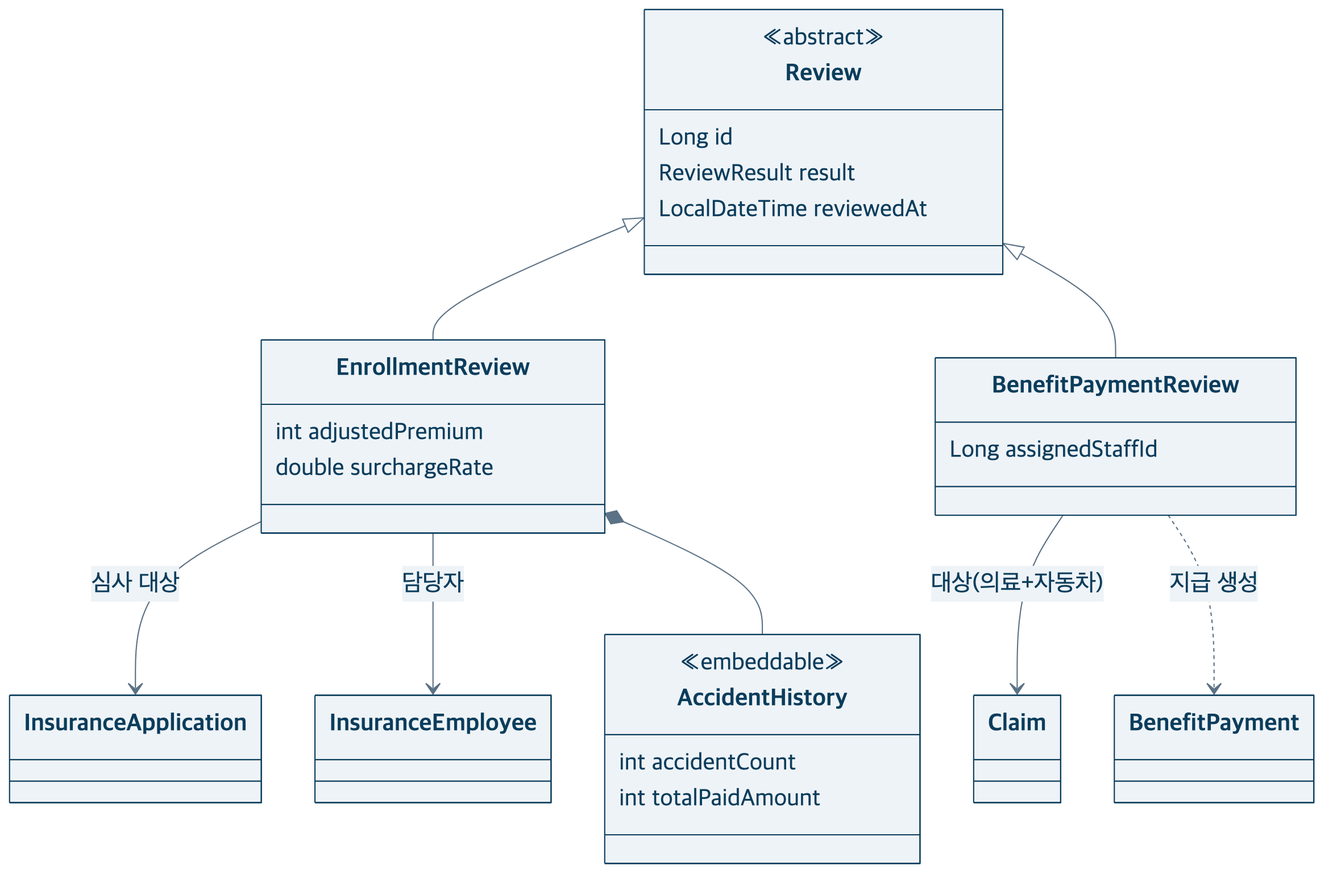
The Mermaid diagram docs/presentation/diagrams/clusters/review-code.png in heyoonyoon/distributed-programming, before a commit. Its source is kept beside it as docs/presentation/diagrams/clusters/review-code.mmd.
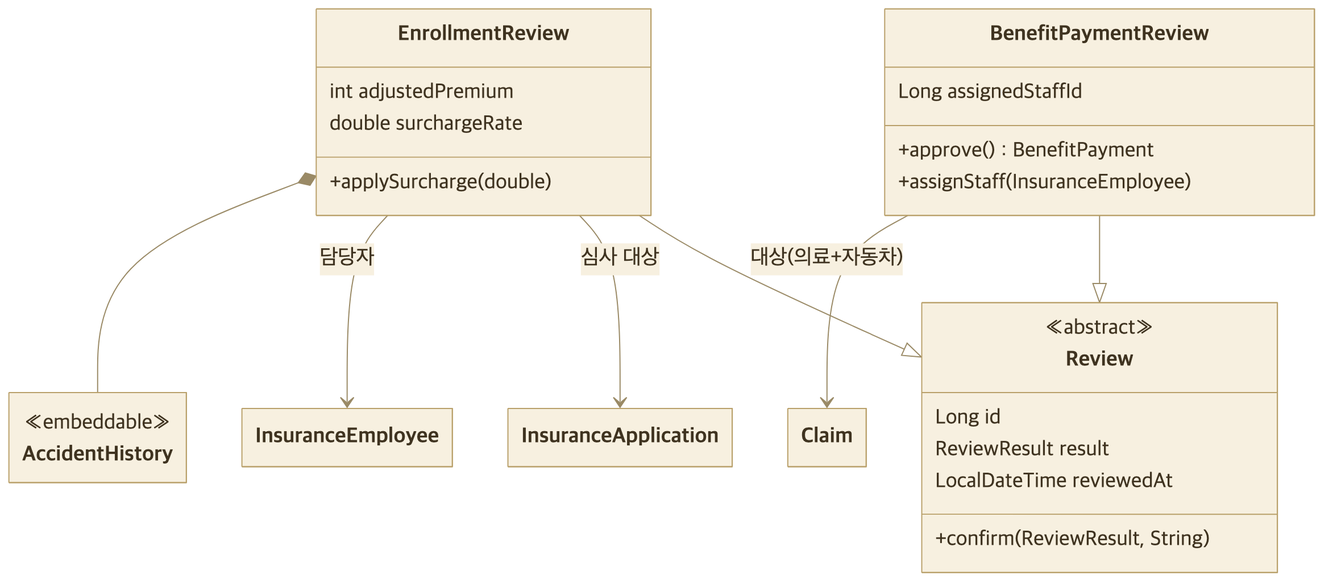
After the change.

Diff of the diagram source:
```diff
@@ -5,27 +5,27 @@
   Long id
   ReviewResult result
   LocalDateTime reviewedAt
+  +confirm(ReviewResult, String)
 }
 class EnrollmentReview {
   int adjustedPremium
   double surchargeRate
+  +applySurcharge(double)
 }
 class BenefitPaymentReview {
   Long assignedStaffId
+  +approve() BenefitPayment
+  +assignStaff(InsuranceEmployee)
 }
 class InsuranceApplication
 class InsuranceEmployee
 class Claim
-class BenefitPayment
 class AccidentHistory {
   <<embeddable>>
-  int accidentCount
-  int totalPaidAmount
 }
-Review <|-- EnrollmentReview
-Review <|-- BenefitPaymentReview
+EnrollmentReview --|> Review
+BenefitPaymentReview --|> Review
 EnrollmentReview --> InsuranceApplication : 심사 대상
 EnrollmentReview --> InsuranceEmployee : 담당자
 EnrollmentReview *-- AccidentHistory
 BenefitPaymentReview --> Claim : 대상(의료+자동차)
-BenefitPaymentReview ..> BenefitPayment : 지급 생성
```
